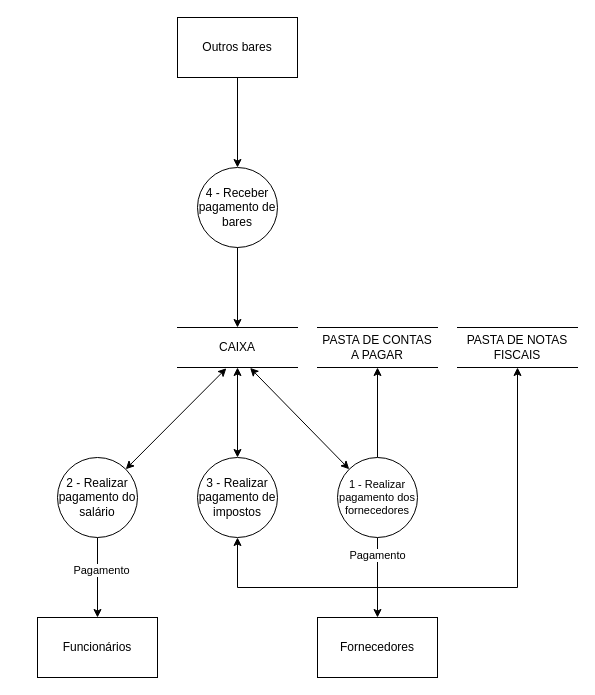
Before: docs/ARTEFATOS(15-23)/Controlar_Fluxo_De_Caixa/DFD_Controlar_Fluxo_De_Caixa.drawio in Darienzo08/ope_ads, a draw.io diagram. Source tidied: cells renumbered, new cells numbered last; positions are measured from the earlier drawing's top-left corner, leaving out a move shared by most shapes. Both pictures are drawn from the tidied source at 100%, with x=0, y=0 at pixel (37, 17).
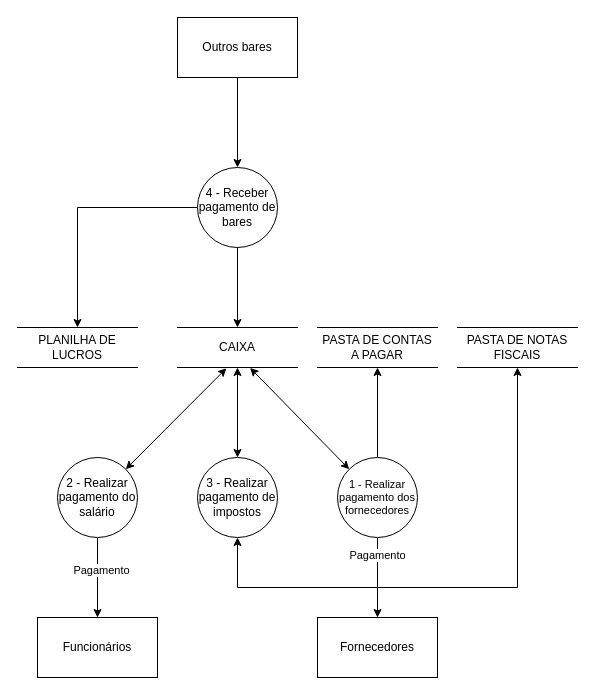
The same page after the edit.

The change refers to these unchanged cells:
```xml
<mxCell id="6" value="4 - Receber pagamento de bares" style="ellipse;whiteSpace=wrap;html=1;" parent="1" vertex="1">
  <mxGeometry x="160" y="150" width="80" height="80" as="geometry" />
</mxCell>
```

What changed in the source:
```diff
@@
+    <mxCell id="22" style="edgeStyle=orthogonalEdgeStyle;rounded=0;jettySize=auto;html=1;exitX=0;exitY=0.5;exitDx=0;exitDy=0;entryX=0.5;entryY=0;entryDx=0;entryDy=0;" parent="1" edge="1" source="6" target="23">
+      <mxGeometry relative="1" as="geometry" />
+    </mxCell>
@@
+    <mxCell id="23" value="PLANILHA DE LUCROS" style="shape=partialRectangle;whiteSpace=wrap;html=1;left=0;right=0;fillColor=none;" parent="1" vertex="1">
+      <mxGeometry x="-20" y="310" width="120" height="40" as="geometry" />
+    </mxCell>
```
